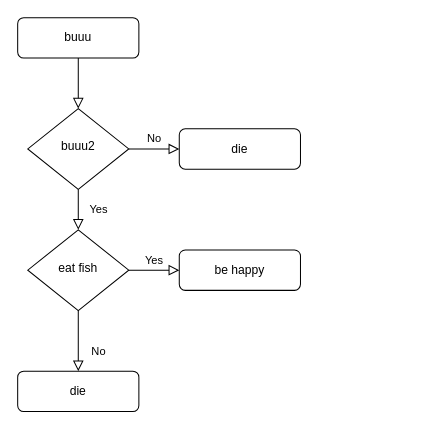
Before: iPCoD flowchart.drawio in SMRU-Consulting-Github/LearningiPCoD, a draw.io diagram. Source tidied: cells renumbered, new cells numbered last; positions are measured from the earlier drawing's top-left corner, leaving out a move shared by most shapes. Both pictures are drawn from the tidied source at 101%, with x=0, y=0 at pixel (17, 17).
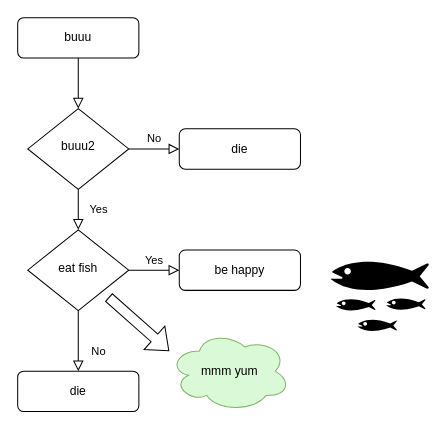
After the change.

The edit, as a diff of the source:
```diff
@@
 <mxGraphModel>
   <root>
     <mxCell id="0" />
     <mxCell id="1" parent="0" />
     <mxCell id="2" style="rounded=0;html=1;jettySize=auto;fontSize=11;endArrow=block;endFill=0;endSize=8;strokeWidth=1;shadow=0;labelBackgroundColor=none;edgeStyle=orthogonalEdgeStyle;" parent="1" edge="1" source="3" target="6">
       <mxGeometry relative="1" as="geometry" />
     </mxCell>
     <mxCell id="3" value="buuu" style="rounded=1;whiteSpace=wrap;html=1;fontSize=12;glass=0;strokeWidth=1;shadow=0;" parent="1" vertex="1">
       <mxGeometry width="120" height="40" as="geometry" />
     </mxCell>
     <mxCell id="4" value="Yes" style="rounded=0;html=1;jettySize=auto;fontSize=11;endArrow=block;endFill=0;endSize=8;strokeWidth=1;shadow=0;labelBackgroundColor=none;edgeStyle=orthogonalEdgeStyle;" parent="1" edge="1" source="6" target="10">
       <mxGeometry y="20" relative="1" as="geometry" />
     </mxCell>
     <mxCell id="5" value="No" style="edgeStyle=orthogonalEdgeStyle;rounded=0;html=1;jettySize=auto;fontSize=11;endArrow=block;endFill=0;endSize=8;strokeWidth=1;shadow=0;labelBackgroundColor=none;" parent="1" edge="1" source="6" target="7">
       <mxGeometry y="10" relative="1" as="geometry" />
     </mxCell>
     <mxCell id="6" value="buuu2" style="rhombus;whiteSpace=wrap;html=1;shadow=0;fontFamily=Helvetica;fontSize=12;align=center;strokeWidth=1;spacing=6;spacingTop=-4;" parent="1" vertex="1">
       <mxGeometry x="10" y="90" width="100" height="80" as="geometry" />
     </mxCell>
     <mxCell id="7" value="die" style="rounded=1;whiteSpace=wrap;html=1;fontSize=12;glass=0;strokeWidth=1;shadow=0;" parent="1" vertex="1">
       <mxGeometry x="160" y="110" width="120" height="40" as="geometry" />
     </mxCell>
     <mxCell id="8" value="No" style="rounded=0;html=1;jettySize=auto;fontSize=11;endArrow=block;endFill=0;endSize=8;strokeWidth=1;shadow=0;labelBackgroundColor=none;edgeStyle=orthogonalEdgeStyle;" parent="1" edge="1" source="10" target="11">
       <mxGeometry x="0.33" y="20" relative="1" as="geometry" />
     </mxCell>
     <mxCell id="9" value="Yes" style="edgeStyle=orthogonalEdgeStyle;rounded=0;html=1;jettySize=auto;fontSize=11;endArrow=block;endFill=0;endSize=8;strokeWidth=1;shadow=0;labelBackgroundColor=none;" parent="1" edge="1" source="10" target="12">
       <mxGeometry y="10" relative="1" as="geometry" />
     </mxCell>
     <mxCell id="10" value="eat fish" style="rhombus;whiteSpace=wrap;html=1;shadow=0;fontFamily=Helvetica;fontSize=12;align=center;strokeWidth=1;spacing=6;spacingTop=-4;" parent="1" vertex="1">
       <mxGeometry x="10" y="210" width="100" height="80" as="geometry" />
     </mxCell>
     <mxCell id="11" value="die" style="rounded=1;whiteSpace=wrap;html=1;fontSize=12;glass=0;strokeWidth=1;shadow=0;" parent="1" vertex="1">
       <mxGeometry y="350" width="120" height="40" as="geometry" />
     </mxCell>
     <mxCell id="12" value="be happy" style="rounded=1;whiteSpace=wrap;html=1;fontSize=12;glass=0;strokeWidth=1;shadow=0;" parent="1" vertex="1">
       <mxGeometry x="160" y="230" width="120" height="40" as="geometry" />
     </mxCell>
+    <mxCell id="13" value="mmm yum" style="ellipse;shape=cloud;whiteSpace=wrap;html=1;fillColor=#d9f9d7;strokeColor=#82b366;" parent="1" vertex="1">
+      <mxGeometry x="150" y="310" width="120" height="80" as="geometry" />
+    </mxCell>
+    <mxCell id="14" style="shape=flexArrow;endArrow=classic;html=1;rounded=0;" parent="1" edge="1">
+      <mxGeometry relative="1" as="geometry">
+        <mxPoint x="90" y="276.8" as="sourcePoint" />
+        <mxPoint x="150" y="330" as="targetPoint" />
+      </mxGeometry>
+    </mxCell>
+    <mxCell id="15" style="shape=mxgraph.signs.animals.fish_hatchery;html=1;fillColor=#000000;strokeColor=none;verticalLabelPosition=bottom;verticalAlign=top;align=center;" parent="1" vertex="1">
+      <mxGeometry x="310" y="230" width="97" height="85" as="geometry" />
+    </mxCell>
   </root>
 </mxGraphModel>
```
